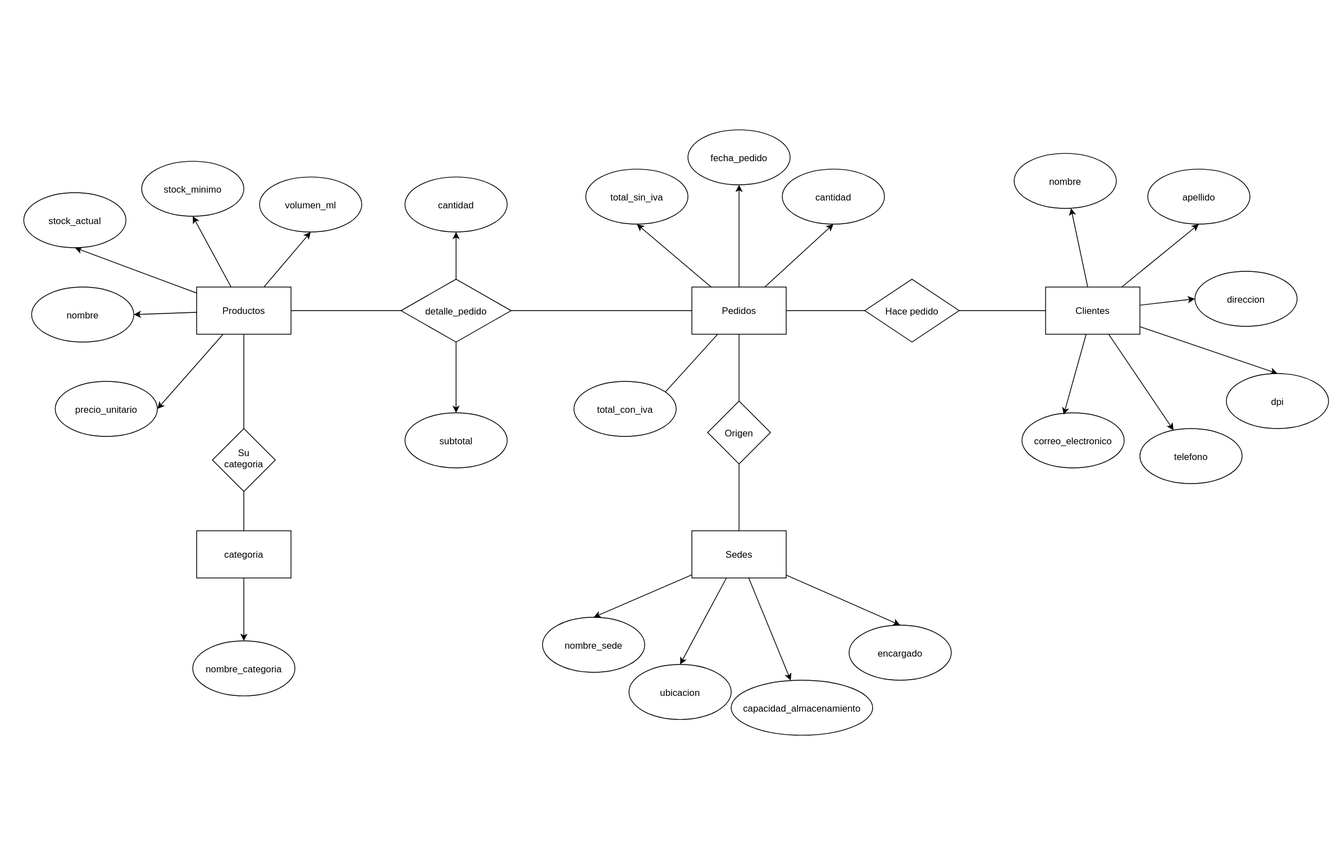
Earlier version of the draw.io export diagrams/MER/drwio_distribuidora_del_valle.svg (Anderson-Oloroso/distribuidora-del-valle). Source tidied: cells renumbered, new cells last; positions are measured from the earlier drawing's top-left corner, leaving out a move shared by most shapes.
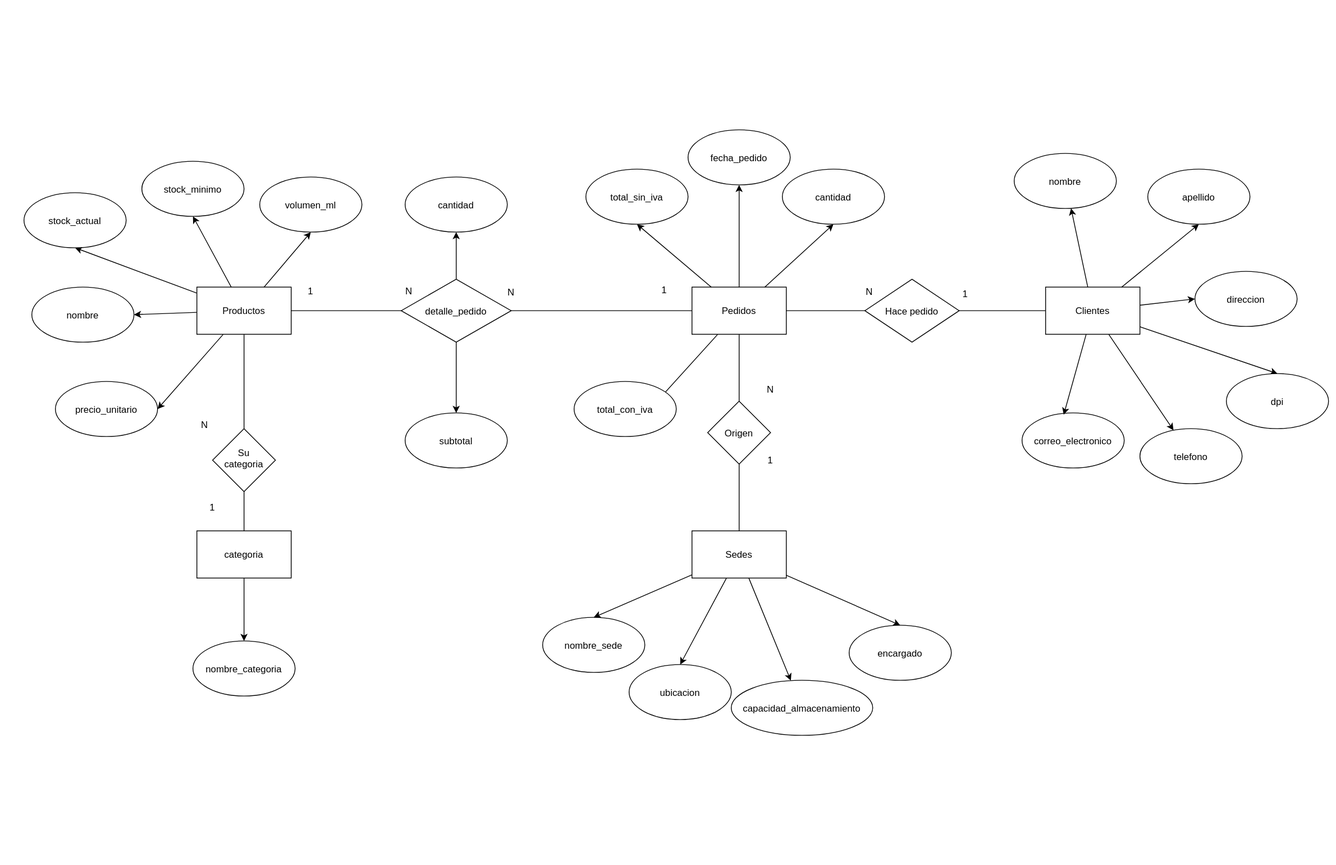
The same file after the commit.

Commit message:
:pencil: edit(mer): Add relationship cardinalities to model er

What changed in the source:
```diff
@@ -185,5 +185,35 @@
     <mxCell id="62" value="Su categoria" style="rhombus;whiteSpace=wrap;html=1;shapeInside=1;" parent="1" vertex="1">
       <mxGeometry x="240" y="380" width="80" height="80" as="geometry" />
     </mxCell>
+    <mxCell id="63" value="1" style="text;html=1;whiteSpace=wrap;strokeColor=none;fillColor=none;align=center;verticalAlign=middle;rounded=0;" parent="1" vertex="1">
+      <mxGeometry x="210" y="465" width="60" height="30" as="geometry" />
+    </mxCell>
+    <mxCell id="64" value="N" style="text;html=1;whiteSpace=wrap;strokeColor=none;fillColor=none;align=center;verticalAlign=middle;rounded=0;" parent="1" vertex="1">
+      <mxGeometry x="200" y="360" width="60" height="30" as="geometry" />
+    </mxCell>
+    <mxCell id="65" value="N" style="text;html=1;whiteSpace=wrap;strokeColor=none;fillColor=none;align=center;verticalAlign=middle;rounded=0;" parent="1" vertex="1">
+      <mxGeometry x="590" y="192" width="60" height="30" as="geometry" />
+    </mxCell>
+    <mxCell id="66" value="N" style="text;html=1;whiteSpace=wrap;strokeColor=none;fillColor=none;align=center;verticalAlign=middle;rounded=0;" parent="1" vertex="1">
+      <mxGeometry x="460" y="190" width="60" height="30" as="geometry" />
+    </mxCell>
+    <mxCell id="67" value="1" style="text;html=1;whiteSpace=wrap;strokeColor=none;fillColor=none;align=center;verticalAlign=middle;rounded=0;" parent="1" vertex="1">
+      <mxGeometry x="335" y="190" width="60" height="30" as="geometry" />
+    </mxCell>
+    <mxCell id="68" value="1" style="text;html=1;whiteSpace=wrap;strokeColor=none;fillColor=none;align=center;verticalAlign=middle;rounded=0;" parent="1" vertex="1">
+      <mxGeometry x="785" y="189" width="60" height="30" as="geometry" />
+    </mxCell>
+    <mxCell id="69" value="N" style="text;html=1;whiteSpace=wrap;strokeColor=none;fillColor=none;align=center;verticalAlign=middle;rounded=0;" parent="1" vertex="1">
+      <mxGeometry x="920" y="315" width="60" height="30" as="geometry" />
+    </mxCell>
+    <mxCell id="70" value="1" style="text;html=1;whiteSpace=wrap;strokeColor=none;fillColor=none;align=center;verticalAlign=middle;rounded=0;" parent="1" vertex="1">
+      <mxGeometry x="920" y="405" width="60" height="30" as="geometry" />
+    </mxCell>
+    <mxCell id="71" value="N" style="text;html=1;whiteSpace=wrap;strokeColor=none;fillColor=none;align=center;verticalAlign=middle;rounded=0;" parent="1" vertex="1">
+      <mxGeometry x="1046" y="191" width="60" height="30" as="geometry" />
+    </mxCell>
+    <mxCell id="72" value="1" style="text;html=1;whiteSpace=wrap;strokeColor=none;fillColor=none;align=center;verticalAlign=middle;rounded=0;" parent="1" vertex="1">
+      <mxGeometry x="1168" y="194" width="60" height="30" as="geometry" />
+    </mxCell>
   </root>
 </mxGraphModel>
```
